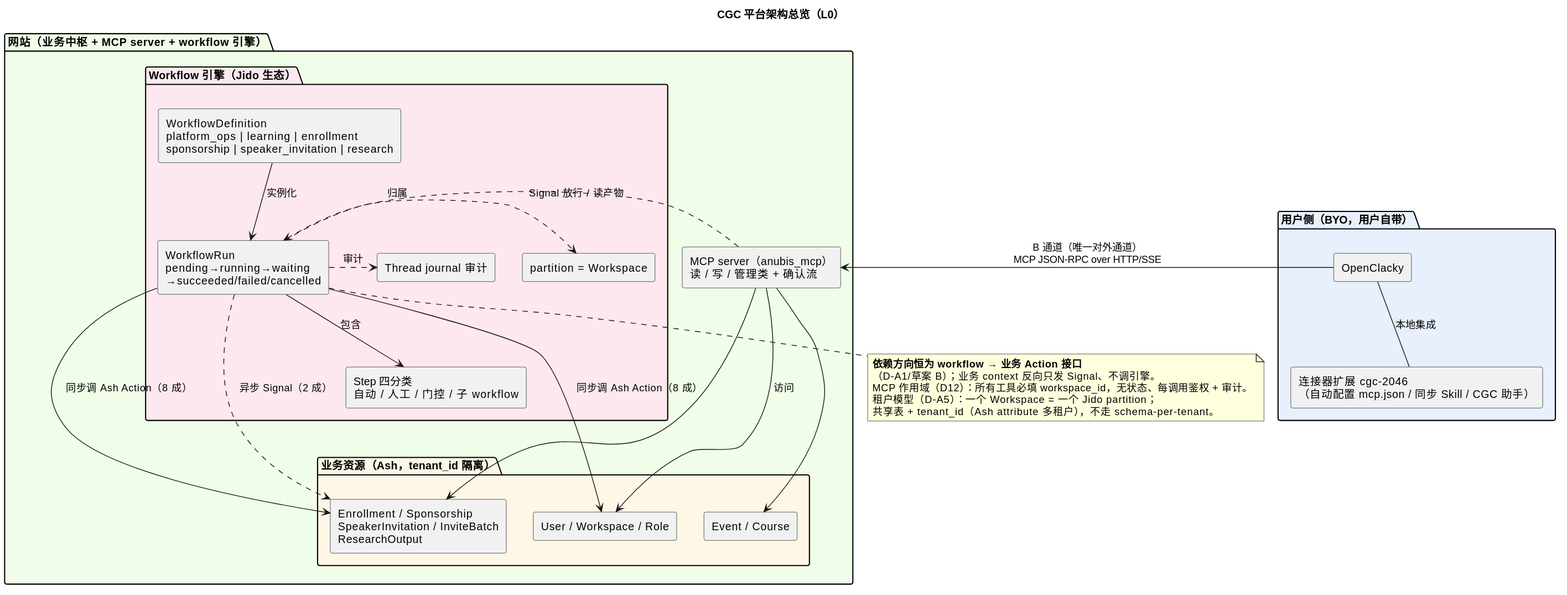
This is docs/diagrams/architecture-overview.svg from CodingGirlsClub/cgc_2046, a PlantUML export, as it was before one commit. The source it was exported from:
```plantuml
@startuml
title CGC 平台架构总览（L0）
skinparam backgroundColor white
skinparam componentStyle rectangle

package "用户侧（BYO，用户自带）" #E8F0FE {
    component "OpenClacky" as OC
    component "连接器扩展 cgc-2046\n（自动配置 mcp.json / 同步 Skill / CGC 助手）" as EXT
    OC -down- EXT : 本地集成
}

package "网站（业务中枢 + MCP server + workflow 引擎）" #F0FDE8 {

    package "业务资源（Ash，tenant_id 隔离）" #FFF7E6 {
        component "User / Workspace / Role" as U
        component "Event / Course" as E
        component "Enrollment / Sponsorship\nSpeakerInvitation / InviteBatch\nResearchOutput" as ENR
    }

    package "Workflow 引擎（Jido 生态）" #FDE8F0 {
        component "WorkflowDefinition\nplatform_ops | learning | enrollment\nsponsorship | speaker_invitation | research" as DEF
        component "WorkflowRun\npending→running→waiting\n→succeeded/failed/cancelled" as RUN
        component "Step 四分类\n自动 / 人工 / 门控 / 子 workflow" as STEP
        component "partition = Workspace" as PART
        component "Thread journal 审计" as TJ
        DEF -down-> RUN : 实例化
        RUN -down-> STEP : 包含
        RUN ..right-> PART : 归属
        RUN ..right-> TJ : 审计
    }

    component "MCP server（anubis_mcp）\n读 / 写 / 管理类 + 确认流" as MCP
    MCP -down-> U : 访问
    MCP -down-> E
    MCP -down-> ENR
}

OC -right-> MCP : "B 通道（唯一对外通道）\nMCP JSON-RPC over HTTP/SSE"
MCP ..right-> RUN : "Signal 放行 / 读产物"
RUN -down-> U : "同步调 Ash Action（8 成）"
RUN -down-> ENR : "同步调 Ash Action（8 成）"
RUN ..down-> ENR : "异步 Signal（2 成）"

note bottom of RUN
  **依赖方向恒为 workflow → 业务 Action 接口**
  （D-A1/草案 B）；业务 context 反向只发 Signal、不调引擎。
  MCP 作用域（D12）：所有工具必填 workspace_id，无状态、每调用鉴权 + 审计。
  租户模型（D-A5）：一个 Workspace = 一个 Jido partition；
  共享表 + tenant_id（Ash attribute 多租户），不走 schema-per-tenant。
end note
@enduml
```
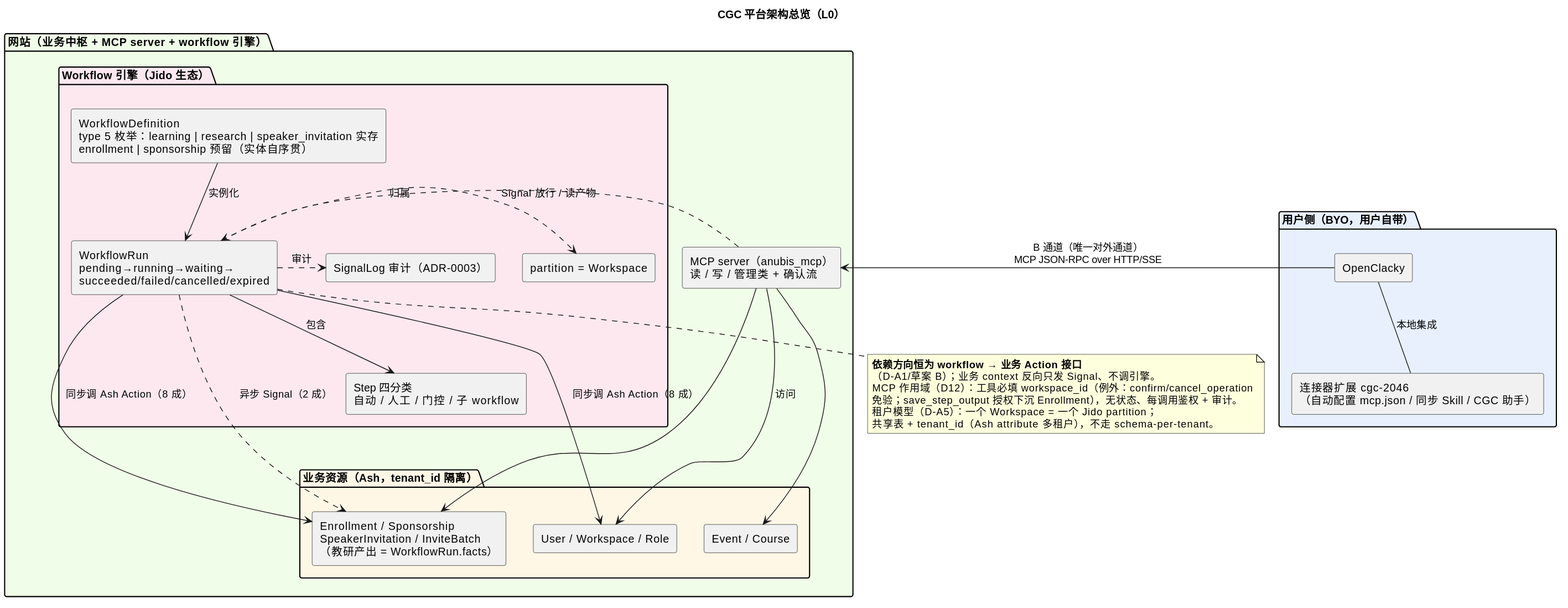
After the change.

Change to the diagram source:
```diff
@@ -14,19 +14,19 @@
     package "业务资源（Ash，tenant_id 隔离）" #FFF7E6 {
         component "User / Workspace / Role" as U
         component "Event / Course" as E
-        component "Enrollment / Sponsorship\nSpeakerInvitation / InviteBatch\nResearchOutput" as ENR
+        component "Enrollment / Sponsorship\nSpeakerInvitation / InviteBatch\n（教研产出 = WorkflowRun.facts）" as ENR
     }
 
     package "Workflow 引擎（Jido 生态）" #FDE8F0 {
-        component "WorkflowDefinition\nplatform_ops | learning | enrollment\nsponsorship | speaker_invitation | research" as DEF
-        component "WorkflowRun\npending→running→waiting\n→succeeded/failed/cancelled" as RUN
+        component "WorkflowDefinition\ntype 5 枚举：learning | research | speaker_invitation 实存\nenrollment | sponsorship 预留（实体自序贯）" as DEF
+        component "WorkflowRun\npending→running→waiting→\nsucceeded/failed/cancelled/expired" as RUN
         component "Step 四分类\n自动 / 人工 / 门控 / 子 workflow" as STEP
         component "partition = Workspace" as PART
-        component "Thread journal 审计" as TJ
+        component "SignalLog 审计（ADR-0003）" as SIGLOG
         DEF -down-> RUN : 实例化
         RUN -down-> STEP : 包含
         RUN ..right-> PART : 归属
-        RUN ..right-> TJ : 审计
+        RUN ..right-> SIGLOG : 审计
     }
 
     component "MCP server（anubis_mcp）\n读 / 写 / 管理类 + 确认流" as MCP
@@ -44,7 +44,8 @@
 note bottom of RUN
   **依赖方向恒为 workflow → 业务 Action 接口**
   （D-A1/草案 B）；业务 context 反向只发 Signal、不调引擎。
-  MCP 作用域（D12）：所有工具必填 workspace_id，无状态、每调用鉴权 + 审计。
+  MCP 作用域（D12）：工具必填 workspace_id（例外：confirm/cancel_operation
+  免验；save_step_output 授权下沉 Enrollment），无状态、每调用鉴权 + 审计。
   租户模型（D-A5）：一个 Workspace = 一个 Jido partition；
   共享表 + tenant_id（Ash attribute 多租户），不走 schema-per-tenant。
 end note
```
